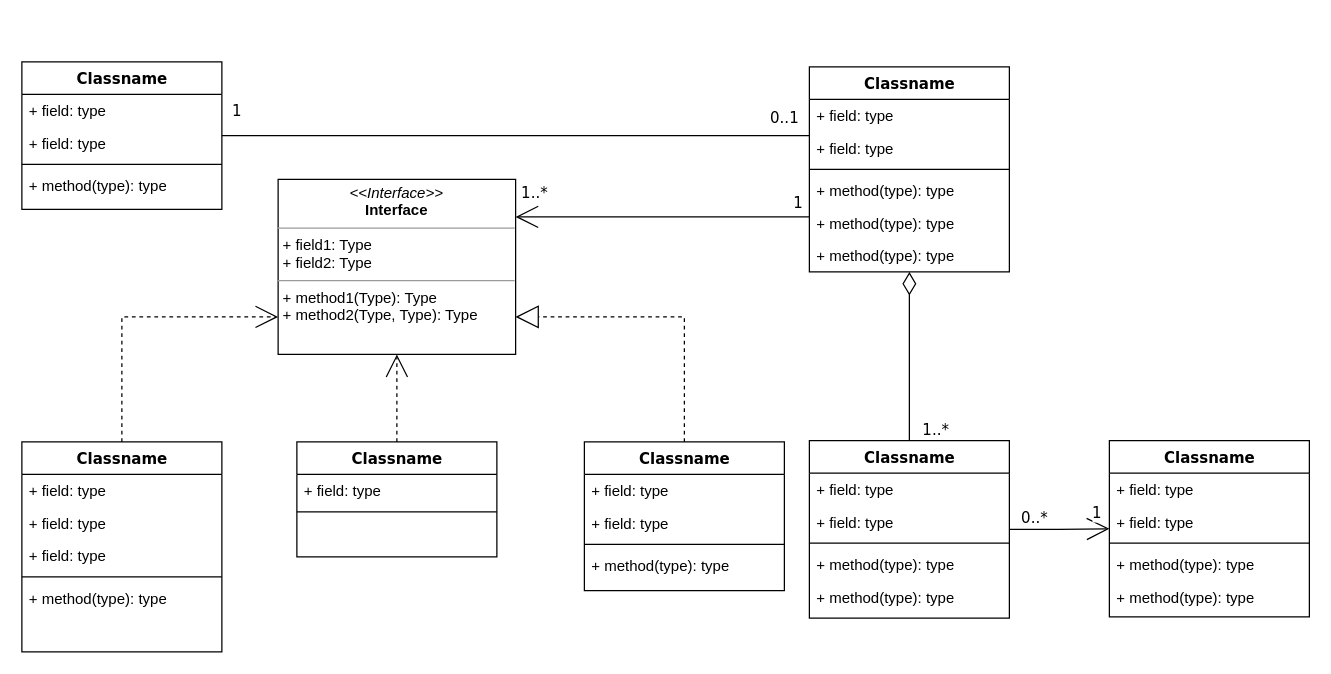
Earlier version of the draw.io diagram 未命名圖表.drawio (KNChiu/Hello). Source tidied: cells renumbered, new cells numbered last; positions are measured from the earlier drawing's top-left corner, leaving out a move shared by most shapes. Both pictures are drawn from the tidied source at 125%, with x=0, y=0 at pixel (21, 61).
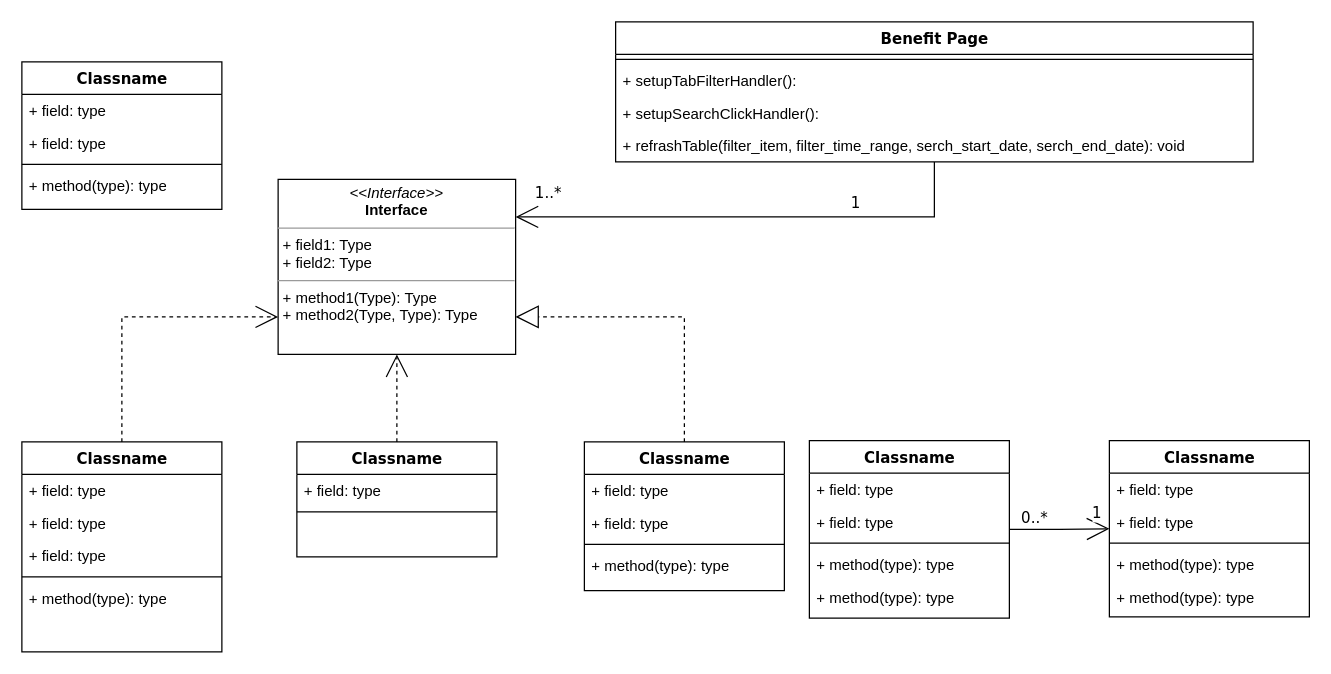
After the change.

Commit message:
設計網頁初始化需要使用的函示

Unchanged cells that the change refers to:
```xml
<mxCell id="9" value="Classname" style="swimlane;html=1;fontStyle=1;align=center;verticalAlign=top;horizontal=1;startSize=26;swimlaneFillColor=#ffffff;rounded=0;shadow=0;comic=0;labelBackgroundColor=none;strokeWidth=1;fillColor=none;fontFamily=Verdana;fontSize=12;" parent="1" vertex="1">
  <mxGeometry width="160" height="118" as="geometry" />
</mxCell>
<mxCell id="36" value="Classname" style="swimlane;html=1;fontStyle=1;align=center;verticalAlign=top;horizontal=1;startSize=26;swimlaneFillColor=#ffffff;rounded=0;shadow=0;comic=0;labelBackgroundColor=none;strokeWidth=1;fillColor=none;fontFamily=Verdana;fontSize=12;" parent="1" vertex="1">
  <mxGeometry x="630" y="303" width="160" height="142" as="geometry" />
</mxCell>
```

What changed in the source:
```diff
@@
-    <mxCell id="17" style="edgeStyle=orthogonalEdgeStyle;rounded=0;html=1;labelBackgroundColor=none;startArrow=none;startFill=0;startSize=8;endArrow=none;endFill=0;endSize=16;fontFamily=Verdana;fontSize=12;" parent="1" edge="1" source="20" target="9">
-      <mxGeometry relative="1" as="geometry">
-        <Array as="points">
-          <mxPoint x="530" y="59" />
-          <mxPoint x="530" y="59" />
-        </Array>
-      </mxGeometry>
-    </mxCell>
-    <mxCell id="18" value="0..1" style="text;html=1;align=center;verticalAlign=middle;labelBackgroundColor=#ffffff;fontSize=12;fontFamily=Verdana;" parent="17" vertex="1">
-      <mxGeometry x="-0.57" y="-86" relative="1" as="geometry">
-        <mxPoint x="80" y="71" as="offset" />
-      </mxGeometry>
-    </mxCell>
-    <mxCell id="19" value="1" style="text;html=1;align=center;verticalAlign=middle;labelBackgroundColor=#ffffff;fontSize=12;fontFamily=Verdana;" parent="17" vertex="1">
-      <mxGeometry x="0.89" y="-1" relative="1" as="geometry">
-        <mxPoint x="-15" y="-19" as="offset" />
-      </mxGeometry>
-    </mxCell>
-    <mxCell id="20" value="Classname" style="swimlane;html=1;fontStyle=1;align=center;verticalAlign=top;horizontal=1;startSize=26;swimlaneFillColor=#ffffff;rounded=0;shadow=0;comic=0;labelBackgroundColor=none;strokeWidth=1;fillColor=none;fontFamily=Verdana;fontSize=12;" parent="1" vertex="1">
-      <mxGeometry x="630" y="4" width="160" height="164" as="geometry" />
+    <mxCell id="20" value="Benefit Page" style="swimlane;html=1;fontStyle=1;align=center;verticalAlign=top;horizontal=1;startSize=26;swimlaneFillColor=#ffffff;rounded=0;shadow=0;comic=0;labelBackgroundColor=none;strokeWidth=1;fillColor=none;fontFamily=Verdana;fontSize=12;" parent="1" vertex="1">
+      <mxGeometry x="475" y="-32" width="510" height="112" as="geometry" />
     </mxCell>
-    <mxCell id="21" value="+ field: type" style="text;html=1;strokeColor=none;fillColor=none;align=left;verticalAlign=top;spacingLeft=4;spacingRight=4;whiteSpace=wrap;overflow=hidden;" parent="20" vertex="1">
-      <mxGeometry y="26" width="160" height="26" as="geometry" />
-    </mxCell>
-    <mxCell id="22" value="+ field: type" style="text;html=1;strokeColor=none;fillColor=none;align=left;verticalAlign=top;spacingLeft=4;spacingRight=4;whiteSpace=wrap;overflow=hidden;" parent="20" vertex="1">
-      <mxGeometry y="52" width="160" height="26" as="geometry" />
-    </mxCell>
     <mxCell id="23" style="line;html=1;strokeWidth=1;fillColor=none;align=left;verticalAlign=middle;spacingTop=-1;spacingLeft=3;spacingRight=3;labelPosition=right;" parent="20" vertex="1">
-      <mxGeometry y="78" width="160" height="8" as="geometry" />
+      <mxGeometry y="26" width="510" height="8" as="geometry" />
     </mxCell>
+    <mxCell id="55" value="+&amp;nbsp;setupTabFilterHandler():" style="text;strokeColor=none;fillColor=none;align=left;verticalAlign=top;spacingLeft=4;spacingRight=4;overflow=hidden;whiteSpace=wrap;html=1;" parent="20" vertex="1">
+      <mxGeometry y="34" width="510" height="26" as="geometry" />
+    </mxCell>
+    <mxCell id="56" value="+&amp;nbsp;setupSearchClickHandler():" style="text;strokeColor=none;fillColor=none;align=left;verticalAlign=top;spacingLeft=4;spacingRight=4;overflow=hidden;whiteSpace=wrap;html=1;" parent="20" vertex="1">
+      <mxGeometry y="60" width="510" height="26" as="geometry" />
+    </mxCell>
-    <mxCell id="24" value="+ method(type): type" style="text;html=1;strokeColor=none;fillColor=none;align=left;verticalAlign=top;spacingLeft=4;spacingRight=4;whiteSpace=wrap;overflow=hidden;" parent="20" vertex="1">
-      <mxGeometry y="86" width="160" height="26" as="geometry" />
+    <mxCell id="24" value="+ refrashTable(filter_item, filter_time_range, serch_start_date, serch_end_date): void" style="text;html=1;strokeColor=none;fillColor=none;align=left;verticalAlign=top;spacingLeft=4;spacingRight=4;whiteSpace=wrap;overflow=hidden;" parent="20" vertex="1">
+      <mxGeometry y="86" width="510" height="26" as="geometry" />
     </mxCell>
-    <mxCell id="25" value="+ method(type): type" style="text;html=1;strokeColor=none;fillColor=none;align=left;verticalAlign=top;spacingLeft=4;spacingRight=4;whiteSpace=wrap;overflow=hidden;" parent="20" vertex="1">
-      <mxGeometry y="112" width="160" height="26" as="geometry" />
-    </mxCell>
-    <mxCell id="26" value="+ method(type): type" style="text;html=1;strokeColor=none;fillColor=none;align=left;verticalAlign=top;spacingLeft=4;spacingRight=4;whiteSpace=wrap;overflow=hidden;" parent="20" vertex="1">
-      <mxGeometry y="138" width="160" height="26" as="geometry" />
-    </mxCell>
@@
-    <mxCell id="31" style="edgeStyle=orthogonalEdgeStyle;rounded=0;html=1;labelBackgroundColor=none;startArrow=none;startFill=0;startSize=8;endArrow=diamondThin;endFill=0;endSize=16;fontFamily=Verdana;fontSize=12;" parent="1" edge="1" source="36" target="20">
-      <mxGeometry relative="1" as="geometry" />
-    </mxCell>
-    <mxCell id="32" value="1..*" style="text;html=1;align=center;verticalAlign=middle;labelBackgroundColor=#ffffff;fontSize=12;fontFamily=Verdana;" parent="31" vertex="1">
-      <mxGeometry x="-0.85" y="-1" relative="1" as="geometry">
-        <mxPoint x="19" y="1" as="offset" />
-      </mxGeometry>
-    </mxCell>
```
